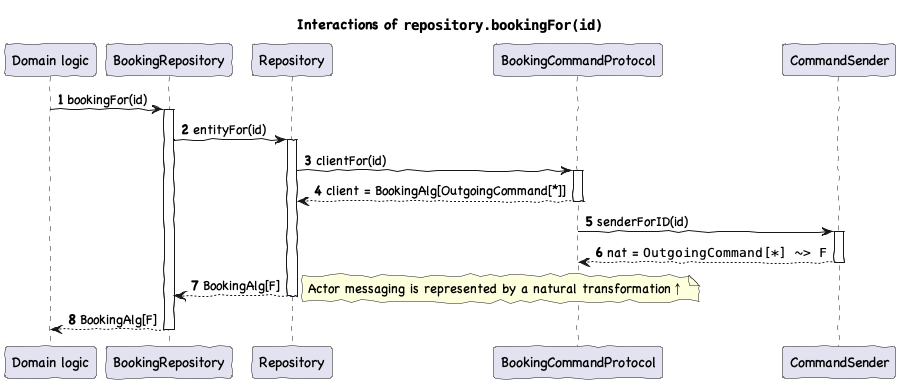
This is documentation/src/main/paradox/sequences/BookingRepository.png from endless4s/endless, a PlantUML export, as it was before one commit.
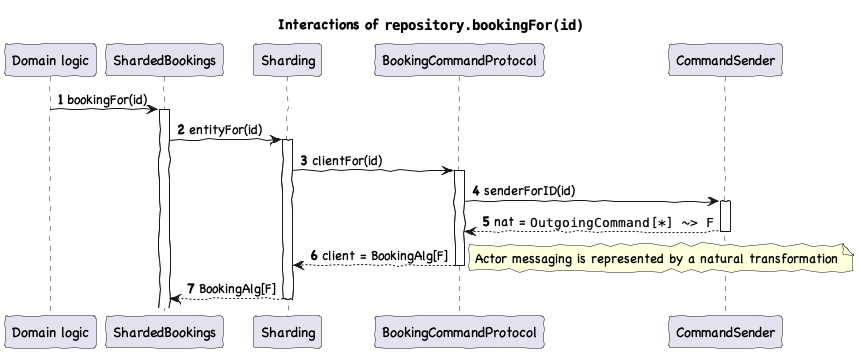
Above is the later version.

The edit, as a diff of the source:
```diff
@@ -4,21 +4,21 @@
 skinparam defaultFontName Chalkboard
 
 participant "Domain logic" as Domain
-participant BookingRepository as BookingRepository
-participant Repository as Repository
+participant ShardedBookings as ShardedBookings
+participant Sharding as Sharding
 participant BookingCommandProtocol as BookingCommandProtocol1
 participant CommandSender as CommandSender
 autonumber
 autoactivate on
 
-Domain -> BookingRepository: bookingFor(id)
-BookingRepository -> Repository: entityFor(id)
-Repository -> BookingCommandProtocol1: clientFor(id)
-return client = BookingAlg[OutgoingCommand[*]]
+Domain -> ShardedBookings: bookingFor(id)
+ShardedBookings -> Sharding: entityFor(id)
+Sharding -> BookingCommandProtocol1: clientFor(id)
 BookingCommandProtocol1 -> CommandSender: senderForID(id)
 return nat = ""OutgoingCommand[*] ~> F""
-return BookingAlg[F]
-note right: Actor messaging is represented by a natural transformation↑
+
+return client = BookingAlg[F]
+note right: Actor messaging is represented by a natural transformation
 
 return BookingAlg[F]
 @enduml
```
